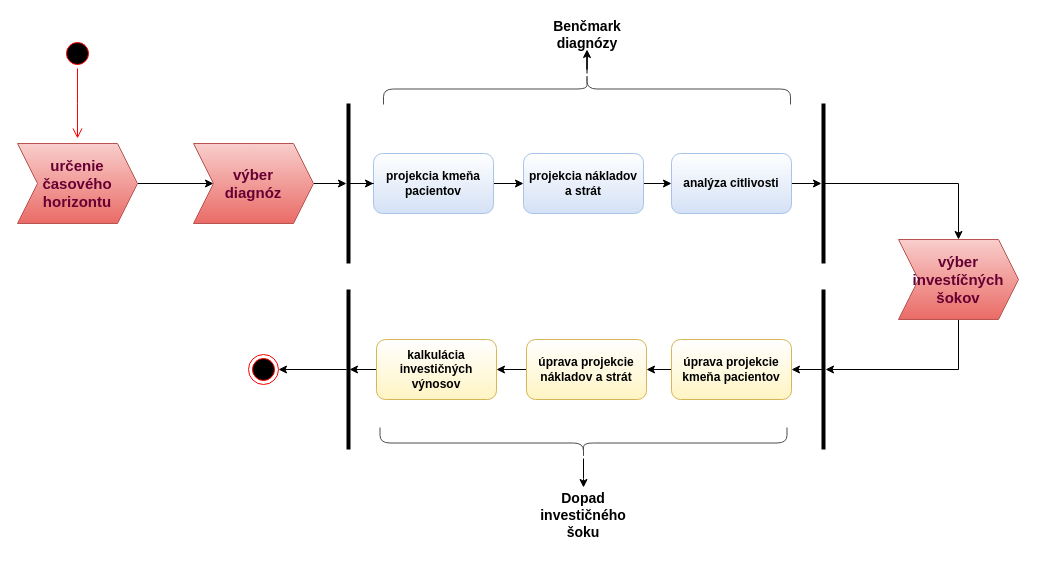
zuzancek/schemes keeps this draw.io diagram as proces.drawio. Above is the earlier version. Source tidied: cells renumbered, new cells numbered last; positions are measured from the earlier drawing's top-left corner, leaving out a move shared by most shapes. Both pictures are drawn from the tidied source at 100%, with x=0, y=0 at pixel (17, -115).
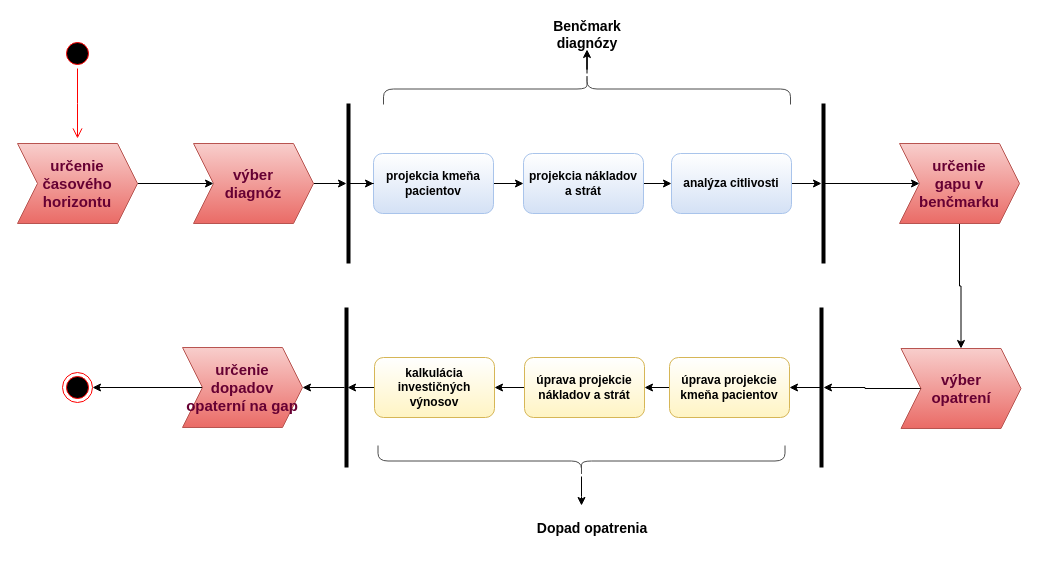
The same diagram, later.

The change refers to these unchanged cells:
```xml
<mxCell id="13" style="line;strokeWidth=4;direction=south;html=1;perimeter=backbonePerimeter;points=[];outlineConnect=0;" parent="1" vertex="1">
  <mxGeometry x="801" y="218" width="10" height="160" as="geometry" />
</mxCell>
```

Change to the diagram source:
```diff
@@
-    <mxCell id="12" style="edgeStyle=orthogonalEdgeStyle;rounded=0;jettySize=auto;html=1;entryX=0.5;entryY=0;entryDx=0;entryDy=0;" parent="1" edge="1" source="13" target="15">
-      <mxGeometry relative="1" as="geometry" />
-    </mxCell>
+    <mxCell id="37" style="edgeStyle=orthogonalEdgeStyle;rounded=0;jettySize=auto;html=1;entryX=0;entryY=0.5;entryDx=0;entryDy=0;" parent="1" edge="1" source="13" target="40">
+      <mxGeometry relative="1" as="geometry" />
+    </mxCell>
@@
-    <mxCell id="14" style="edgeStyle=orthogonalEdgeStyle;rounded=0;jettySize=auto;html=1;exitX=0.5;exitY=1;exitDx=0;exitDy=0;" parent="1" edge="1" source="15" target="17">
+    <mxCell id="14" style="edgeStyle=orthogonalEdgeStyle;rounded=0;jettySize=auto;html=1;" parent="1" edge="1" source="15" target="17">
       <mxGeometry relative="1" as="geometry" />
     </mxCell>
-    <mxCell id="15" value="výber investíčných šokov" style="shape=step;perimeter=stepPerimeter;whiteSpace=wrap;html=1;fixedSize=1;fillColor=#f8cecc;gradientColor=#ea6b66;strokeColor=#b85450;fontStyle=1;fontSize=15;fontColor=#660033;" parent="1" vertex="1">
-      <mxGeometry x="881" y="354" width="120" height="80" as="geometry" />
+    <mxCell id="15" value="výber&lt;br&gt;opatrení" style="shape=step;perimeter=stepPerimeter;whiteSpace=wrap;html=1;fixedSize=1;fillColor=#f8cecc;gradientColor=#ea6b66;strokeColor=#b85450;fontStyle=1;fontSize=15;fontColor=#660033;" parent="1" vertex="1">
+      <mxGeometry x="883.5" y="463" width="120" height="80" as="geometry" />
     </mxCell>
@@
     <mxCell id="17" style="line;strokeWidth=4;direction=south;html=1;perimeter=backbonePerimeter;points=[];outlineConnect=0;rotation=-180;" parent="1" vertex="1">
-      <mxGeometry x="798.5" y="404" width="15" height="160" as="geometry" />
+      <mxGeometry x="796.5" y="422" width="15" height="160" as="geometry" />
     </mxCell>
@@
     <mxCell id="19" value="úprava projekcie kmeňa pacientov" style="rounded=1;whiteSpace=wrap;html=1;fillColor=#FFFFFF;gradientColor=#FFF4C3;strokeColor=#d6b656;fontStyle=1;" parent="1" vertex="1">
-      <mxGeometry x="654" y="454" width="120" height="60" as="geometry" />
+      <mxGeometry x="652" y="472" width="120" height="60" as="geometry" />
     </mxCell>
@@
     <mxCell id="21" value="úprava projekcie nákladov a strát" style="rounded=1;whiteSpace=wrap;html=1;fillColor=#FFFFFF;gradientColor=#FFF4C3;strokeColor=#d6b656;fontStyle=1;" parent="1" vertex="1">
-      <mxGeometry x="509" y="454" width="120" height="60" as="geometry" />
+      <mxGeometry x="507" y="472" width="120" height="60" as="geometry" />
     </mxCell>
@@
     <mxCell id="23" value="kalkulácia investičných výnosov" style="rounded=1;whiteSpace=wrap;html=1;fillColor=#FFFFFF;gradientColor=#FFF4C3;strokeColor=#d6b656;fontStyle=1;" parent="1" vertex="1">
-      <mxGeometry x="359" y="454" width="120" height="60" as="geometry" />
+      <mxGeometry x="357" y="472" width="120" height="60" as="geometry" />
     </mxCell>
-    <mxCell id="24" style="edgeStyle=orthogonalEdgeStyle;rounded=0;jettySize=auto;html=1;entryX=1;entryY=0.5;entryDx=0;entryDy=0;" parent="1" edge="1" source="25" target="26">
-      <mxGeometry relative="1" as="geometry" />
-    </mxCell>
+    <mxCell id="38" style="edgeStyle=orthogonalEdgeStyle;rounded=0;jettySize=auto;html=1;" parent="1" edge="1" source="25" target="42">
+      <mxGeometry relative="1" as="geometry" />
+    </mxCell>
     <mxCell id="25" style="line;strokeWidth=4;direction=south;html=1;perimeter=backbonePerimeter;points=[];outlineConnect=0;" parent="1" vertex="1">
-      <mxGeometry x="326" y="404" width="10" height="160" as="geometry" />
+      <mxGeometry x="324" y="422" width="10" height="160" as="geometry" />
     </mxCell>
     <mxCell id="26" style="ellipse;html=1;shape=endState;fillColor=#000000;strokeColor=#ff0000;" parent="1" vertex="1">
-      <mxGeometry x="231" y="469" width="30" height="30" as="geometry" />
+      <mxGeometry x="45" y="487" width="30" height="30" as="geometry" />
     </mxCell>
@@
     <mxCell id="30" style="edgeStyle=orthogonalEdgeStyle;rounded=0;jettySize=auto;html=1;fontSize=14;" parent="1" edge="1" source="31">
       <mxGeometry relative="1" as="geometry">
-        <mxPoint x="566" y="602" as="targetPoint" />
+        <mxPoint x="564" y="620" as="targetPoint" />
       </mxGeometry>
     </mxCell>
     <mxCell id="31" style="shape=curlyBracket;whiteSpace=wrap;html=1;rounded=1;strokeColor=#4D4D4D;fillColor=#FFFFFF;gradientColor=#FFF4C3;rotation=-90;" parent="1" vertex="1">
-      <mxGeometry x="550.5" y="354" width="31" height="407" as="geometry" />
+      <mxGeometry x="548.5" y="372" width="31" height="407" as="geometry" />
     </mxCell>
-    <mxCell id="32" value="Dopad investičného šoku" style="text;html=1;strokeColor=none;fillColor=none;align=center;verticalAlign=middle;whiteSpace=wrap;rounded=0;fontSize=14;fontStyle=1;" parent="1" vertex="1">
-      <mxGeometry x="506" y="610" width="120" height="40" as="geometry" />
+    <mxCell id="32" value="Dopad opatrenia" style="text;html=1;strokeColor=none;fillColor=none;align=center;verticalAlign=middle;whiteSpace=wrap;rounded=0;fontSize=14;fontStyle=1;" parent="1" vertex="1">
+      <mxGeometry x="515" y="623" width="120" height="40" as="geometry" />
     </mxCell>
@@
+    <mxCell id="39" style="edgeStyle=orthogonalEdgeStyle;rounded=0;jettySize=auto;html=1;entryX=0.5;entryY=0;entryDx=0;entryDy=0;" parent="1" edge="1" source="40" target="15">
+      <mxGeometry relative="1" as="geometry" />
+    </mxCell>
+    <mxCell id="40" value="určenie &lt;br&gt;gapu v benčmarku" style="shape=step;perimeter=stepPerimeter;whiteSpace=wrap;html=1;fixedSize=1;fillColor=#f8cecc;gradientColor=#ea6b66;strokeColor=#b85450;fontStyle=1;fontSize=15;fontColor=#660033;" parent="1" vertex="1">
+      <mxGeometry x="882" y="258" width="120" height="80" as="geometry" />
+    </mxCell>
+    <mxCell id="41" style="edgeStyle=orthogonalEdgeStyle;rounded=0;jettySize=auto;html=1;entryX=1;entryY=0.5;entryDx=0;entryDy=0;" parent="1" edge="1" source="42" target="26">
+      <mxGeometry relative="1" as="geometry" />
+    </mxCell>
+    <mxCell id="42" value="určenie dopadov opaterní na gap" style="shape=step;perimeter=stepPerimeter;whiteSpace=wrap;html=1;fixedSize=1;fillColor=#f8cecc;gradientColor=#ea6b66;strokeColor=#b85450;fontStyle=1;fontSize=15;fontColor=#660033;" parent="1" vertex="1">
+      <mxGeometry x="165" y="462" width="120" height="80" as="geometry" />
+    </mxCell>
```
